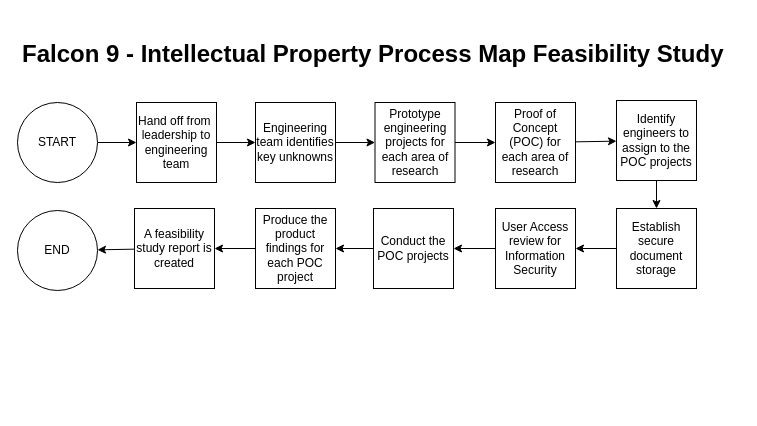
This is ProcessMapping/processMapFeasibilityStudy.drawio from pcgeek2301/STG-390, a draw.io file, before an edit. Source tidied: cells renumbered, new cells numbered last; positions are measured from the earlier drawing's top-left corner, leaving out a move shared by most shapes. Both pictures are drawn from the tidied source at 100%, with x=0, y=0 at pixel (17, 17).
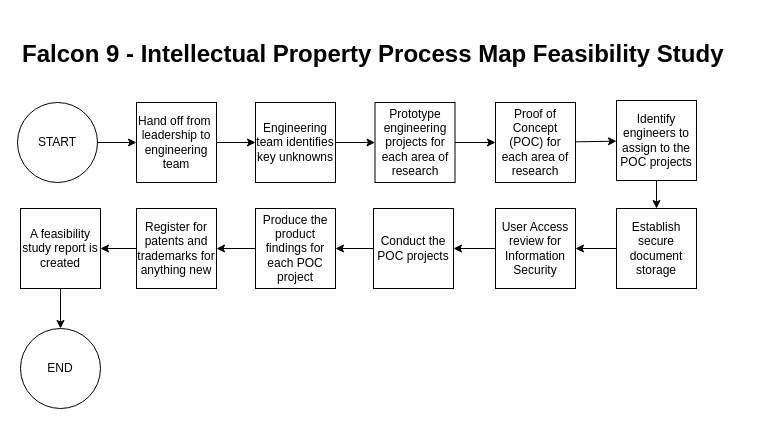
The same diagram, later.

Commit message (it also covers changes not shown here):
fixed font sizes

Unchanged cells that the change refers to:
```xml
<mxCell id="22" value="Produce the product findings for each POC project" style="whiteSpace=wrap;html=1;" parent="1" vertex="1">
  <mxGeometry x="238" y="191" width="80" height="80" as="geometry" />
</mxCell>
```

Diff of the diagram source:
```diff
@@
-    <mxCell id="21" style="edgeStyle=none;html=1;strokeColor=#000000;" parent="1" edge="1" source="22" target="24">
-      <mxGeometry relative="1" as="geometry" />
-    </mxCell>
+    <mxCell id="26" style="edgeStyle=none;html=1;strokeColor=#000000;" parent="1" edge="1" source="22" target="28">
+      <mxGeometry relative="1" as="geometry" />
+    </mxCell>
@@
     <mxCell id="24" value="A feasibility study report is created" style="whiteSpace=wrap;html=1;" parent="1" vertex="1">
-      <mxGeometry x="117" y="191" width="80" height="80" as="geometry" />
+      <mxGeometry x="3" y="191" width="80" height="80" as="geometry" />
     </mxCell>
     <mxCell id="25" value="END" style="ellipse;whiteSpace=wrap;html=1;" parent="1" vertex="1">
-      <mxGeometry y="193" width="80" height="80" as="geometry" />
+      <mxGeometry x="3" y="311" width="80" height="80" as="geometry" />
     </mxCell>
+    <mxCell id="27" style="edgeStyle=none;html=1;strokeColor=#000000;" parent="1" edge="1" source="28" target="24">
+      <mxGeometry relative="1" as="geometry" />
+    </mxCell>
+    <mxCell id="28" value="Register for patents and trademarks for anything new" style="whiteSpace=wrap;html=1;" parent="1" vertex="1">
+      <mxGeometry x="119" y="191" width="80" height="80" as="geometry" />
+    </mxCell>
```
